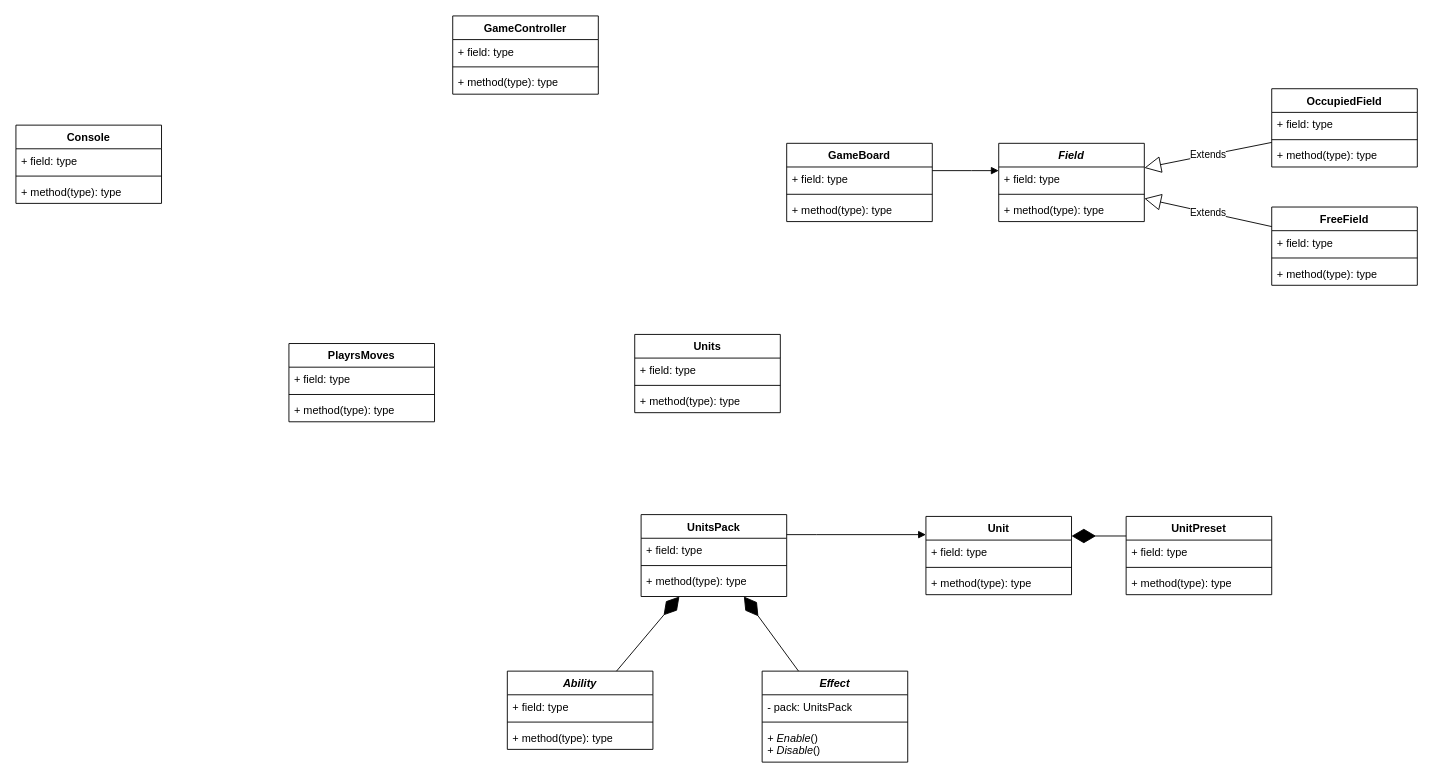
This is Started classes uml diagrams.drawio from Reelap13/Battle-from-Heroes, a draw.io file, before an edit. Source tidied: cells renumbered, new cells numbered last; positions are measured from the earlier drawing's top-left corner, leaving out a move shared by most shapes. Both pictures are drawn from the tidied source at 91%, with x=0, y=0 at pixel (15, 15).
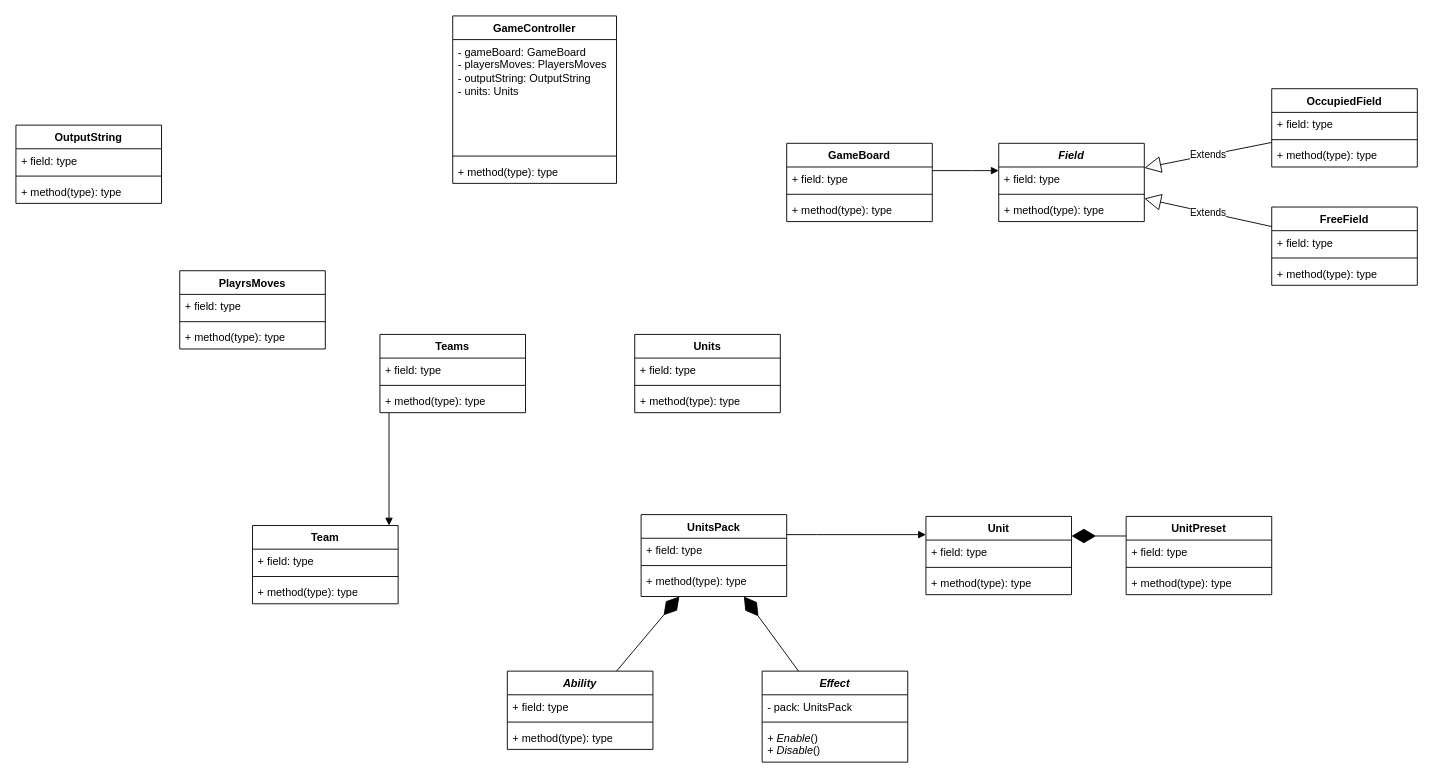
Above is the later version.

Diff of the diagram source:
```diff
@@
     <mxCell id="2" value="GameController" style="swimlane;fontStyle=1;align=center;verticalAlign=top;horizontal=1;startSize=26;whiteSpace=wrap;html=1;" parent="1" vertex="1">
-      <mxGeometry x="480" width="160" height="86" as="geometry" />
+      <mxGeometry x="480" width="180" height="184" as="geometry" />
     </mxCell>
-    <mxCell id="3" value="+ field: type" style="text;strokeColor=none;fillColor=none;align=left;verticalAlign=top;spacingLeft=4;spacingRight=4;overflow=hidden;whiteSpace=wrap;html=1;" parent="2" vertex="1">
-      <mxGeometry y="26" width="160" height="26" as="geometry" />
+    <mxCell id="3" value="- gameBoard: GameBoard&lt;br&gt;- playersMoves: PlayersMoves&lt;br&gt;- outputString:&amp;nbsp;OutputString&lt;br&gt;- units: Units" style="text;strokeColor=none;fillColor=none;align=left;verticalAlign=top;spacingLeft=4;spacingRight=4;overflow=hidden;whiteSpace=wrap;html=1;" parent="2" vertex="1">
+      <mxGeometry y="26" width="180" height="124" as="geometry" />
     </mxCell>
     <mxCell id="4" style="line;strokeWidth=1;fillColor=none;align=left;verticalAlign=middle;spacingTop=-1;spacingLeft=3;spacingRight=3;labelPosition=right;strokeColor=inherit;" parent="2" vertex="1">
-      <mxGeometry y="52" width="160" height="8" as="geometry" />
+      <mxGeometry y="150" width="180" height="8" as="geometry" />
     </mxCell>
     <mxCell id="5" value="+ method(type): type" style="text;strokeColor=none;fillColor=none;align=left;verticalAlign=top;spacingLeft=4;spacingRight=4;overflow=hidden;whiteSpace=wrap;html=1;" parent="2" vertex="1">
-      <mxGeometry y="60" width="160" height="26" as="geometry" />
+      <mxGeometry y="158" width="180" height="26" as="geometry" />
     </mxCell>
@@
     <mxCell id="10" value="PlayrsMoves" style="swimlane;fontStyle=1;align=center;verticalAlign=top;horizontal=1;startSize=26;whiteSpace=wrap;html=1;" parent="1" vertex="1">
-      <mxGeometry x="300" y="360" width="160" height="86" as="geometry" />
+      <mxGeometry x="180" y="280" width="160" height="86" as="geometry" />
     </mxCell>
@@
-    <mxCell id="14" value="Console&lt;br&gt;" style="swimlane;fontStyle=1;align=center;verticalAlign=top;horizontal=1;startSize=26;whiteSpace=wrap;html=1;" parent="1" vertex="1">
+    <mxCell id="14" value="OutputString" style="swimlane;fontStyle=1;align=center;verticalAlign=top;horizontal=1;startSize=26;whiteSpace=wrap;html=1;" parent="1" vertex="1">
       <mxGeometry y="120" width="160" height="86" as="geometry" />
     </mxCell>
@@
+    <mxCell id="61" value="Teams" style="swimlane;fontStyle=1;align=center;verticalAlign=top;horizontal=1;startSize=26;whiteSpace=wrap;html=1;" parent="1" vertex="1">
+      <mxGeometry x="400" y="350" width="160" height="86" as="geometry" />
+    </mxCell>
+    <mxCell id="62" value="+ field: type" style="text;strokeColor=none;fillColor=none;align=left;verticalAlign=top;spacingLeft=4;spacingRight=4;overflow=hidden;whiteSpace=wrap;html=1;" parent="61" vertex="1">
+      <mxGeometry y="26" width="160" height="26" as="geometry" />
+    </mxCell>
+    <mxCell id="63" style="line;strokeWidth=1;fillColor=none;align=left;verticalAlign=middle;spacingTop=-1;spacingLeft=3;spacingRight=3;labelPosition=right;strokeColor=inherit;" parent="61" vertex="1">
+      <mxGeometry y="52" width="160" height="8" as="geometry" />
+    </mxCell>
+    <mxCell id="64" value="+ method(type): type" style="text;strokeColor=none;fillColor=none;align=left;verticalAlign=top;spacingLeft=4;spacingRight=4;overflow=hidden;whiteSpace=wrap;html=1;" parent="61" vertex="1">
+      <mxGeometry y="60" width="160" height="26" as="geometry" />
+    </mxCell>
+    <mxCell id="65" value="Team" style="swimlane;fontStyle=1;align=center;verticalAlign=top;horizontal=1;startSize=26;whiteSpace=wrap;html=1;" parent="1" vertex="1">
+      <mxGeometry x="260" y="560" width="160" height="86" as="geometry" />
+    </mxCell>
+    <mxCell id="66" value="+ field: type" style="text;strokeColor=none;fillColor=none;align=left;verticalAlign=top;spacingLeft=4;spacingRight=4;overflow=hidden;whiteSpace=wrap;html=1;" parent="65" vertex="1">
+      <mxGeometry y="26" width="160" height="26" as="geometry" />
+    </mxCell>
+    <mxCell id="67" style="line;strokeWidth=1;fillColor=none;align=left;verticalAlign=middle;spacingTop=-1;spacingLeft=3;spacingRight=3;labelPosition=right;strokeColor=inherit;" parent="65" vertex="1">
+      <mxGeometry y="52" width="160" height="8" as="geometry" />
+    </mxCell>
+    <mxCell id="68" value="+ method(type): type" style="text;strokeColor=none;fillColor=none;align=left;verticalAlign=top;spacingLeft=4;spacingRight=4;overflow=hidden;whiteSpace=wrap;html=1;" parent="65" vertex="1">
+      <mxGeometry y="60" width="160" height="26" as="geometry" />
+    </mxCell>
+    <mxCell id="69" style="html=1;verticalAlign=bottom;endArrow=block;edgeStyle=elbowEdgeStyle;elbow=horizontal;curved=0;rounded=0;" parent="1" edge="1" source="61" target="65">
+      <mxGeometry x="-0.01" relative="1" as="geometry">
+        <Array as="points">
+          <mxPoint x="410" y="500" />
+        </Array>
+      </mxGeometry>
+    </mxCell>
```
